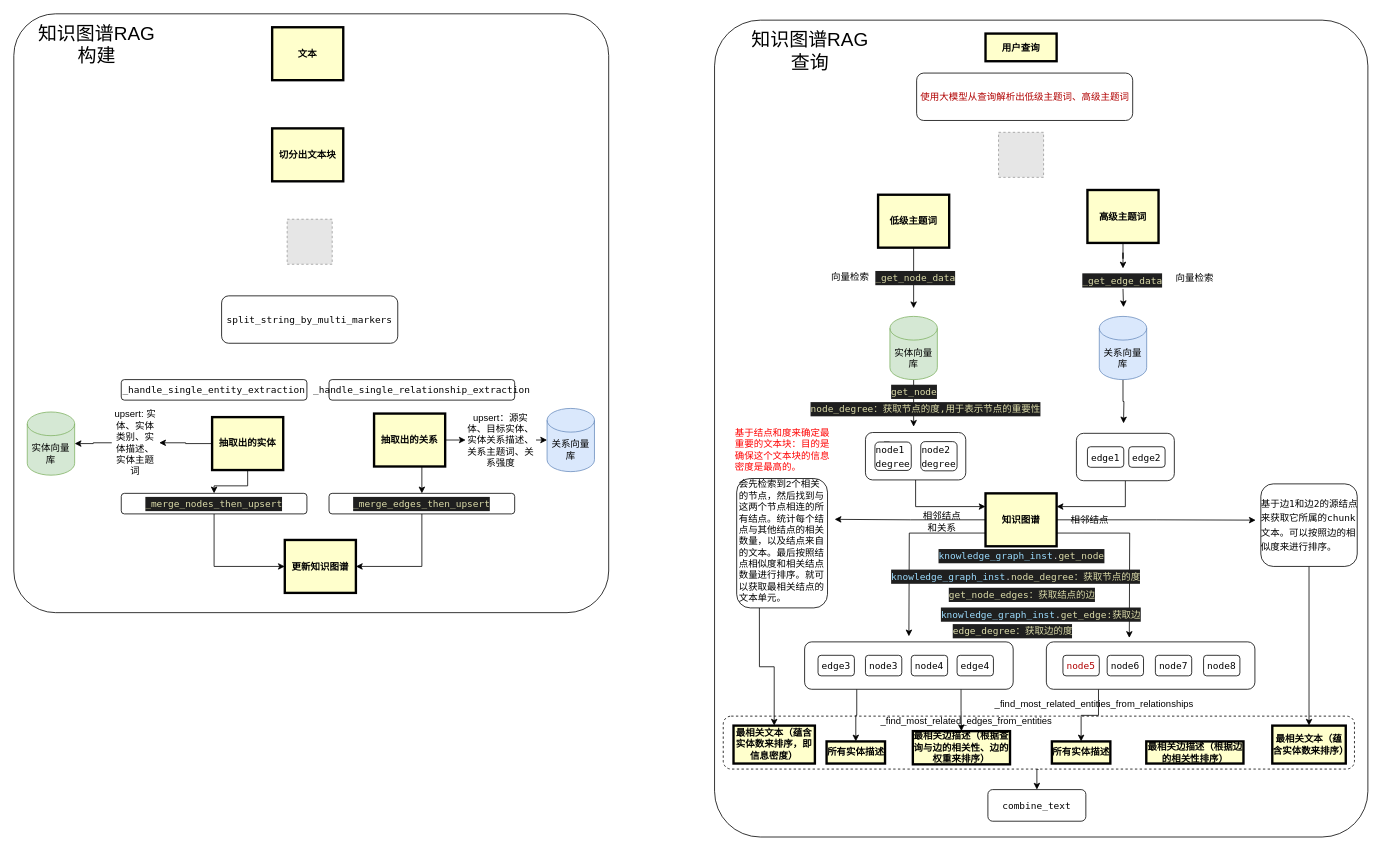
The draw.io diagram 知识图谱RAG.drawio in liweizhen111/GIt-GitHub_Note, before the edit. Source tidied: cells renumbered, new cells numbered last; positions are measured from the earlier drawing's top-left corner, leaving out a move shared by most shapes. Both pictures are drawn from the tidied source at 79%, with x=0, y=0 at pixel (13, 13). Pictures stored in the file or linked from it are replaced by grey dashed boxes.
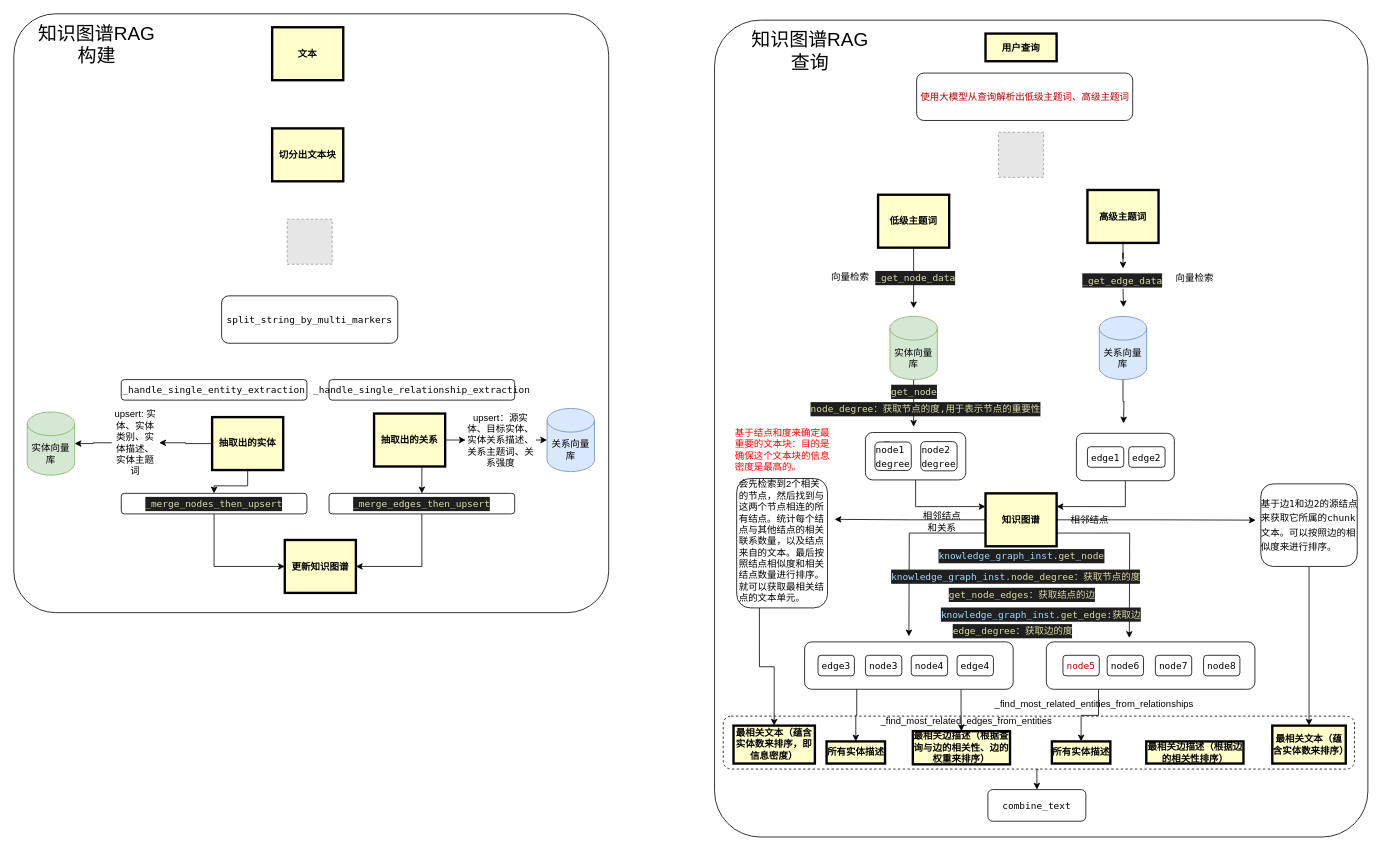
The same page after the edit.

Commit message:
更新知识图谱RAG.drawio

What changed in the source:
```diff
@@
-    <mxCell id="96" value="会先检索到2个相关的节点，然后找到与这两个节点相连的所有结点。统计每个结点与其他结点的相关数量，以及结点来自的文本。最后按照结点相似度和相关结点数量进行排序。就可以获取最相关结点的文本单元。" style="text;html=1;align=left;verticalAlign=middle;whiteSpace=wrap;rounded=0;" parent="1" vertex="1">
+    <mxCell id="96" value="会先检索到2个相关的节点，然后找到与这两个节点相连的所有结点。统计每个结点与其他结点的相关联系数量，以及结点来自的文本。最后按照结点相似度和相关结点数量进行排序。就可以获取最相关结点的文本单元。" style="text;html=1;align=left;verticalAlign=middle;whiteSpace=wrap;rounded=0;" parent="1" vertex="1">
       <mxGeometry x="915.7" y="630" width="114.3" height="76" as="geometry" />
     </mxCell>
```
